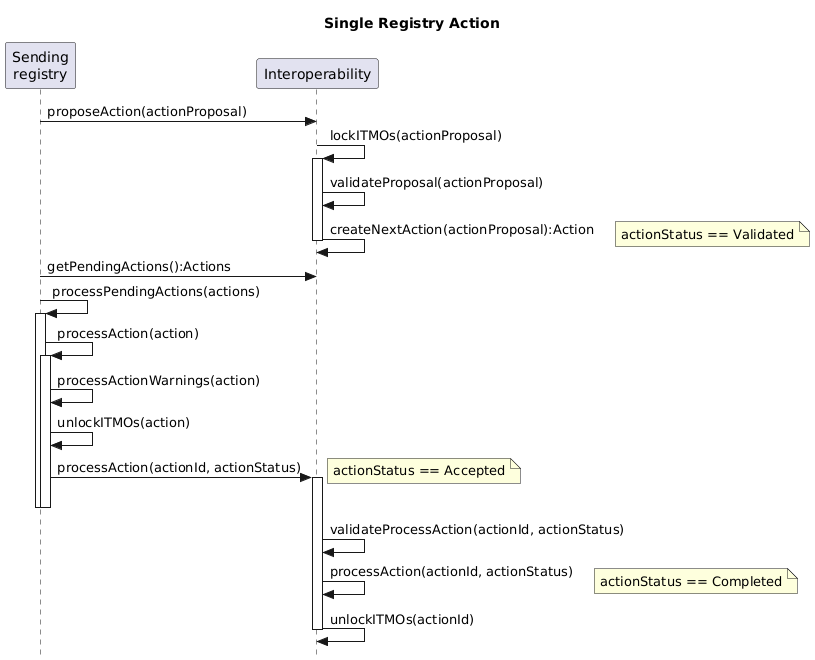
Earlier version of the PlantUML export diagrams/Single Registry Action.png (frankcnng/CARP).
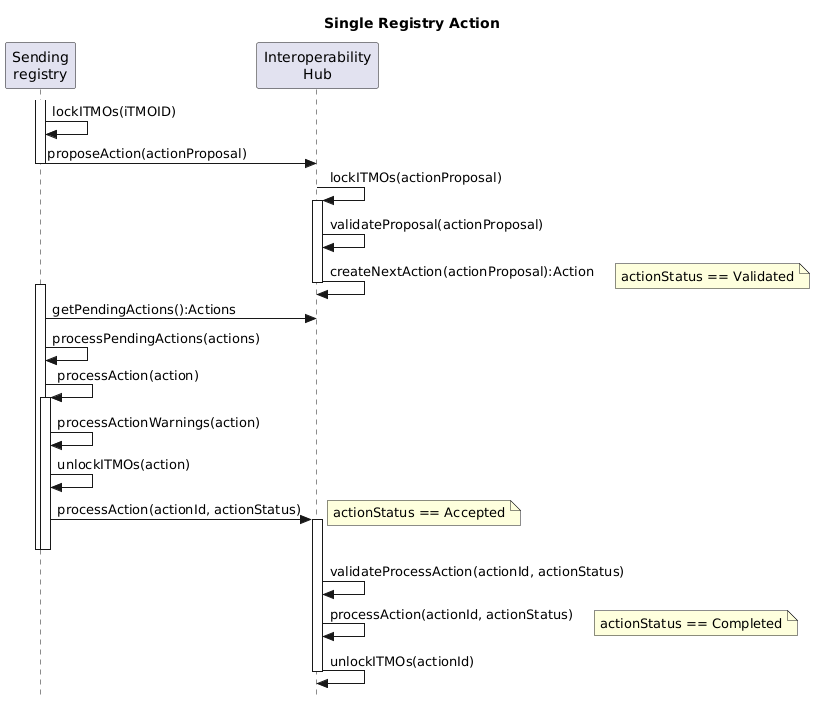
The same diagram one commit later.

Commit message:
Commit from GitHub Actions (Run linters and build artifacts)

Change to the diagram source:
```diff
@@ -5,19 +5,22 @@
 skinparam style strictuml
 
 participant "Sending\nregistry" as Sender
+participant "Interoperability\nHub" as Hub
 
-participant "Interoperability" as Hub
-
+activate Sender
+Sender -> Sender: lockITMOs(iTMOID)
 Sender -> Hub : proposeAction(actionProposal)
+deactivate Sender
 
 Hub -> Hub++: lockITMOs(actionProposal)
 Hub -> Hub: validateProposal(actionProposal)
 Hub -> Hub--: createNextAction(actionProposal):Action
 note right: actionStatus == Validated
 
+activate Sender
 Sender -> Hub : getPendingActions():Actions
 
-Sender -> Sender++: processPendingActions(actions)
+Sender -> Sender: processPendingActions(actions)
 
 Sender -> Sender: processAction(action)
 activate Sender
```
